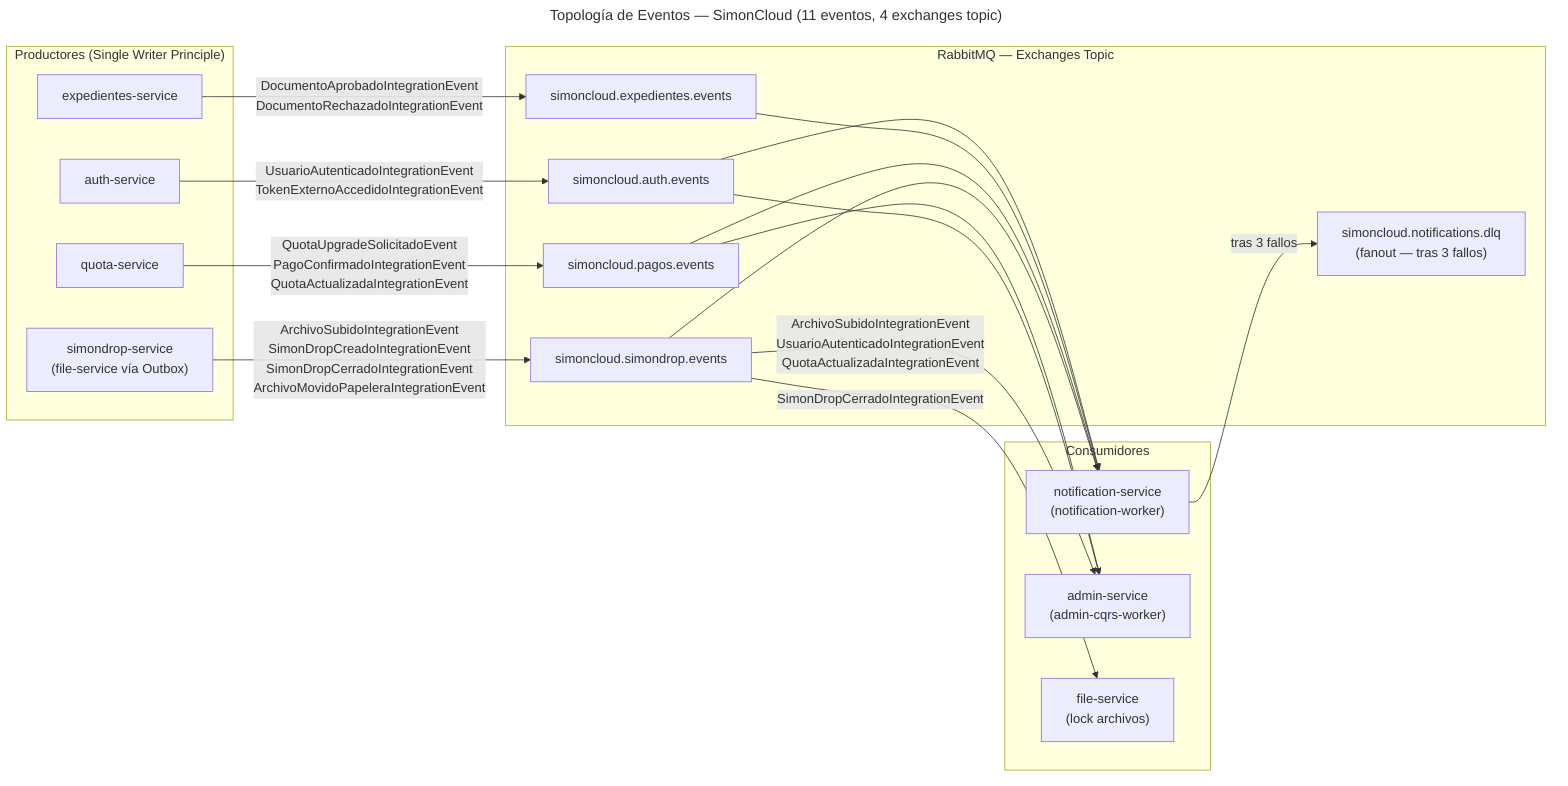
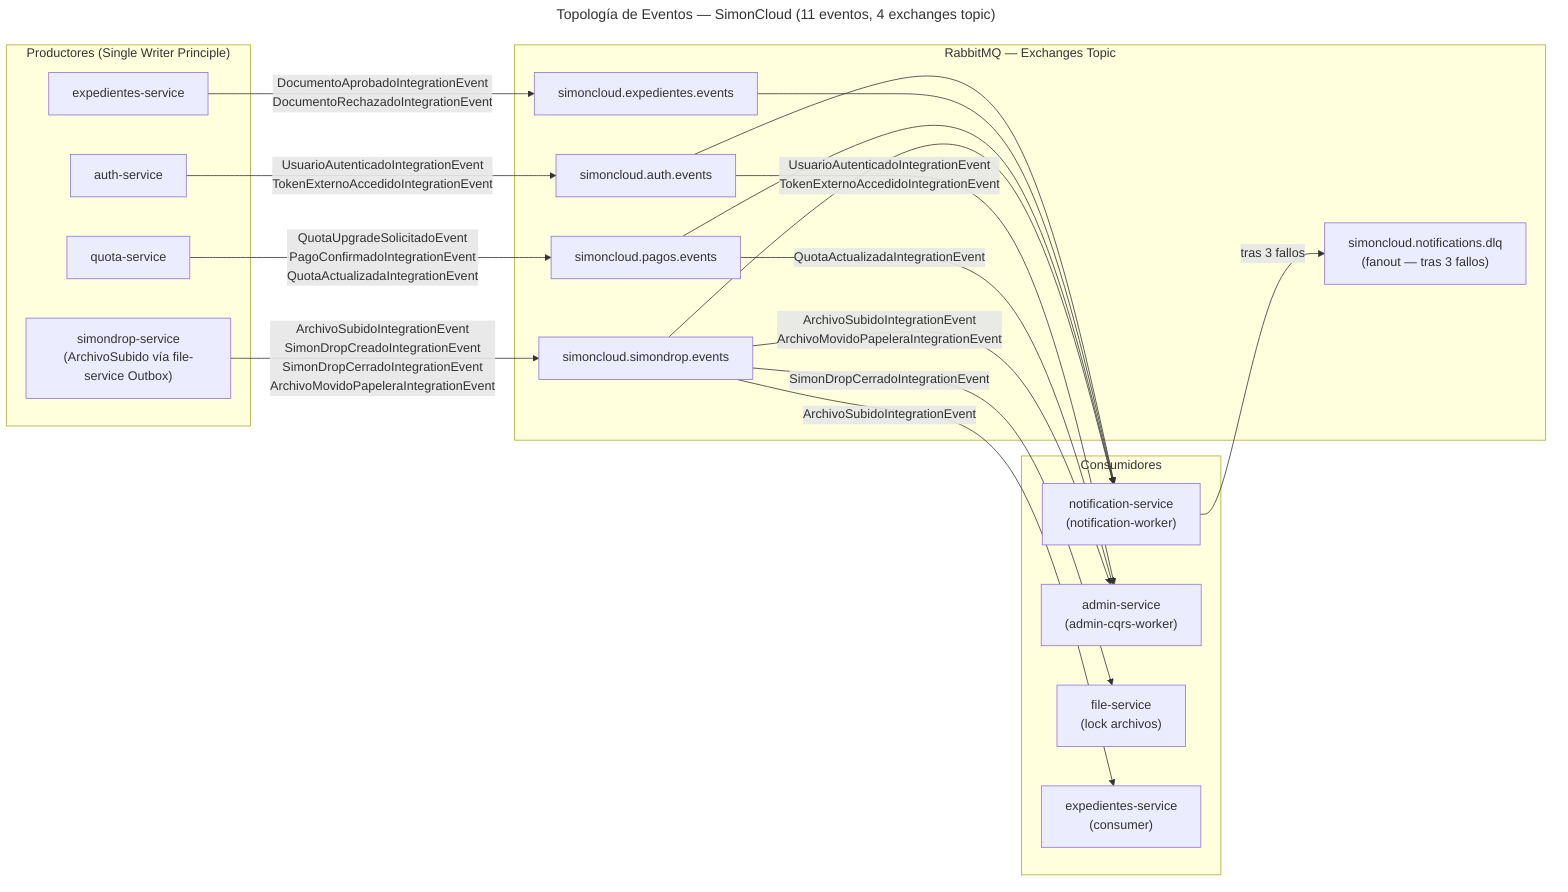
---
title: "Topología de Eventos — SimonCloud (11 eventos, 4 exchanges topic)"
---
flowchart LR
    subgraph Producers["Productores (Single Writer Principle)"]
        AUTH["auth-service"]
-         SDROP["simondrop-service<br/>(file-service vía Outbox)"]
+         SDROP["simondrop-service<br/>(ArchivoSubido vía file-service Outbox)"]
        QUOTA["quota-service"]
        EXPED["expedientes-service"]
    end

    subgraph Exchanges["RabbitMQ — Exchanges Topic"]
        EX1["simoncloud.simondrop.events"]
        EX2["simoncloud.pagos.events"]
        EX3["simoncloud.expedientes.events"]
        EX4["simoncloud.auth.events"]
        DLQ["simoncloud.notifications.dlq<br/>(fanout — tras 3 fallos)"]
    end

    subgraph Consumers["Consumidores"]
        NS["notification-service<br/>(notification-worker)"]
        ADMIN["admin-service<br/>(admin-cqrs-worker)"]
        FS_LOCK["file-service<br/>(lock archivos)"]
+         EXPED_C["expedientes-service<br/>(consumer)"]
    end

    AUTH -->|UsuarioAutenticadoIntegrationEvent<br/>TokenExternoAccedidoIntegrationEvent| EX4
    SDROP -->|ArchivoSubidoIntegrationEvent<br/>SimonDropCreadoIntegrationEvent<br/>SimonDropCerradoIntegrationEvent<br/>ArchivoMovidoPapeleraIntegrationEvent| EX1
    QUOTA -->|QuotaUpgradeSolicitadoEvent<br/>PagoConfirmadoIntegrationEvent<br/>QuotaActualizadaIntegrationEvent| EX2
    EXPED -->|DocumentoAprobadoIntegrationEvent<br/>DocumentoRechazadoIntegrationEvent| EX3

    EX1 --> NS
    EX2 --> NS
    EX3 --> NS
    EX4 --> NS
    NS -->|tras 3 fallos| DLQ

-     EX1 -->|ArchivoSubidoIntegrationEvent<br/>UsuarioAutenticadoIntegrationEvent<br/>QuotaActualizadaIntegrationEvent| ADMIN
-     EX4 --> ADMIN
-     EX2 --> ADMIN
+     EX1 -->|ArchivoSubidoIntegrationEvent<br/>ArchivoMovidoPapeleraIntegrationEvent| ADMIN
+     EX2 -->|QuotaActualizadaIntegrationEvent| ADMIN
+     EX4 -->|UsuarioAutenticadoIntegrationEvent<br/>TokenExternoAccedidoIntegrationEvent| ADMIN

    EX1 -->|SimonDropCerradoIntegrationEvent| FS_LOCK
+ 
+     EX1 -->|ArchivoSubidoIntegrationEvent| EXPED_C
